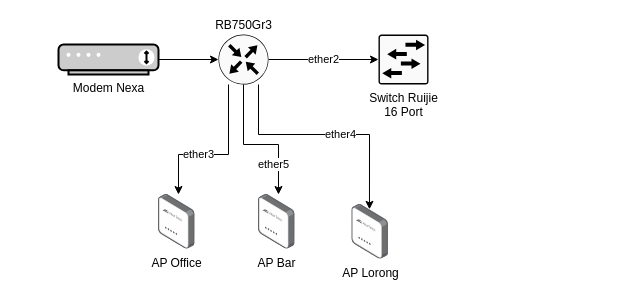
The draw.io diagram Topologi Vamoz OS.drawio in hnkzf/topologi-site, before the edit. Source tidied: cells renumbered, new cells numbered last; positions are measured from the earlier drawing's top-left corner, leaving out a move shared by most shapes. Both pictures are drawn from the tidied source at 100%, with x=0, y=0 at pixel (58, 34).
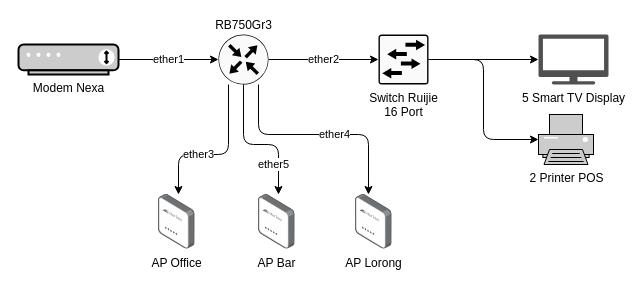
The same diagram, later.

What changed in the source:
```diff
@@
-    <mxCell id="2" style="edgeStyle=orthogonalEdgeStyle;rounded=0;jettySize=auto;html=1;" parent="1" edge="1" source="3" target="5">
+    <mxCell id="2" value="ether1" style="edgeStyle=orthogonalEdgeStyle;rounded=1;jettySize=auto;html=1;" parent="1" edge="1" source="3" target="5">
       <mxGeometry relative="1" as="geometry" />
     </mxCell>
-    <mxCell id="3" value="Modem Nexa" style="fontColor=light-dark(#000000,#000000);verticalAlign=top;verticalLabelPosition=bottom;labelPosition=center;align=center;html=1;outlineConnect=0;fillColor=#CCCCCC;strokeColor=light-dark(#000000,#000000);gradientColor=none;gradientDirection=north;strokeWidth=2;shape=mxgraph.networks.modem;" parent="1" vertex="1">
-      <mxGeometry y="10" width="100" height="30" as="geometry" />
+    <mxCell id="3" value="Modem Nexa" style="fontColor=light-dark(#000000,#000000);verticalAlign=top;verticalLabelPosition=bottom;labelPosition=center;align=center;html=1;outlineConnect=0;fillColor=#CCCCCC;strokeColor=light-dark(#000000,#000000);gradientColor=none;gradientDirection=north;strokeWidth=2;shape=mxgraph.networks.modem;rounded=1;" parent="1" vertex="1">
+      <mxGeometry x="-40" y="10" width="100" height="30" as="geometry" />
     </mxCell>
-    <mxCell id="4" value="ether2" style="edgeStyle=orthogonalEdgeStyle;rounded=0;jettySize=auto;html=1;" parent="1" edge="1" source="5" target="6">
+    <mxCell id="4" value="ether2" style="edgeStyle=orthogonalEdgeStyle;rounded=1;jettySize=auto;html=1;" parent="1" edge="1" source="5" target="6">
       <mxGeometry relative="1" as="geometry" />
     </mxCell>
-    <mxCell id="5" value="RB750Gr3" style="sketch=0;points=[[0.5,0,0],[1,0.5,0],[0.5,1,0],[0,0.5,0],[0.145,0.145,0],[0.8555,0.145,0],[0.855,0.8555,0],[0.145,0.855,0]];verticalLabelPosition=top;html=1;verticalAlign=bottom;align=center;shape=mxgraph.cisco19.rect;prIcon=router;fillColor=#FAFAFA;strokeColor=light-dark(#000000,#000000);labelPosition=center;" parent="1" vertex="1">
+    <mxCell id="5" value="RB750Gr3" style="points=[[0.5,0,0],[1,0.5,0],[0.5,1,0],[0,0.5,0],[0.145,0.145,0],[0.8555,0.145,0],[0.855,0.8555,0],[0.145,0.855,0]];verticalLabelPosition=top;html=1;verticalAlign=bottom;align=center;shape=mxgraph.cisco19.rect;prIcon=router;fillColor=#FAFAFA;strokeColor=light-dark(#000000,#000000);labelPosition=center;rounded=1;" parent="1" vertex="1">
       <mxGeometry x="160" width="50" height="50" as="geometry" />
     </mxCell>
+    <mxCell id="15" style="edgeStyle=orthogonalEdgeStyle;rounded=1;jettySize=auto;html=1;" parent="1" edge="1" source="6" target="16">
+      <mxGeometry relative="1" as="geometry" />
+    </mxCell>
-    <mxCell id="6" value="Switch Ruijie&lt;div&gt;16 Port&lt;/div&gt;" style="sketch=0;points=[[0.015,0.015,0],[0.985,0.015,0],[0.985,0.985,0],[0.015,0.985,0],[0.25,0,0],[0.5,0,0],[0.75,0,0],[1,0.25,0],[1,0.5,0],[1,0.75,0],[0.75,1,0],[0.5,1,0],[0.25,1,0],[0,0.75,0],[0,0.5,0],[0,0.25,0]];verticalLabelPosition=bottom;html=1;verticalAlign=top;align=center;shape=mxgraph.cisco19.rect;prIcon=l2_switch;fillColor=#FAFAFA;strokeColor=light-dark(#000000,#000000);fontColor=light-dark(#000000,#000000);" parent="1" vertex="1">
+    <mxCell id="6" value="Switch Ruijie&lt;div&gt;16 Port&lt;/div&gt;" style="points=[[0.015,0.015,0],[0.985,0.015,0],[0.985,0.985,0],[0.015,0.985,0],[0.25,0,0],[0.5,0,0],[0.75,0,0],[1,0.25,0],[1,0.5,0],[1,0.75,0],[0.75,1,0],[0.5,1,0],[0.25,1,0],[0,0.75,0],[0,0.5,0],[0,0.25,0]];verticalLabelPosition=bottom;html=1;verticalAlign=top;align=center;shape=mxgraph.cisco19.rect;prIcon=l2_switch;fillColor=#FAFAFA;strokeColor=light-dark(#000000,#000000);fontColor=light-dark(#000000,#000000);rounded=1;" parent="1" vertex="1">
       <mxGeometry x="320" width="50" height="50" as="geometry" />
     </mxCell>
-    <mxCell id="7" value="AP Office" style="image;points=[];html=1;align=center;shadow=0;dashed=0;image=img/lib/allied_telesis/wireless/Access_Point_Indoor.svg;" parent="1" vertex="1">
+    <mxCell id="7" value="AP Office" style="image;points=[];html=1;align=center;shadow=0;dashed=0;image=img/lib/allied_telesis/wireless/Access_Point_Indoor.svg;rounded=1;" parent="1" vertex="1">
       <mxGeometry x="100" y="160" width="36.6" height="54.6" as="geometry" />
     </mxCell>
-    <mxCell id="8" value="AP Bar" style="image;points=[];html=1;align=center;shadow=0;dashed=0;image=img/lib/allied_telesis/wireless/Access_Point_Indoor.svg;" parent="1" vertex="1">
+    <mxCell id="8" value="AP Bar" style="image;points=[];html=1;align=center;shadow=0;dashed=0;image=img/lib/allied_telesis/wireless/Access_Point_Indoor.svg;rounded=1;" parent="1" vertex="1">
       <mxGeometry x="200" y="160" width="36.6" height="54.6" as="geometry" />
     </mxCell>
-    <mxCell id="9" value="AP Lorong" style="image;points=[];html=1;align=center;shadow=0;dashed=0;image=img/lib/allied_telesis/wireless/Access_Point_Indoor.svg;" parent="1" vertex="1">
-      <mxGeometry x="293.4" y="170" width="36.6" height="54.6" as="geometry" />
+    <mxCell id="9" value="AP Lorong" style="image;points=[];html=1;align=center;shadow=0;dashed=0;image=img/lib/allied_telesis/wireless/Access_Point_Indoor.svg;rounded=1;" parent="1" vertex="1">
+      <mxGeometry x="297" y="160" width="36.6" height="54.6" as="geometry" />
     </mxCell>
-    <mxCell id="10" value="ether3" style="edgeStyle=orthogonalEdgeStyle;rounded=0;jettySize=auto;html=1;entryX=0.546;entryY=0;entryDx=0;entryDy=0;entryPerimeter=0;" parent="1" edge="1" source="5" target="7">
+    <mxCell id="10" value="ether3" style="edgeStyle=orthogonalEdgeStyle;rounded=1;jettySize=auto;html=1;entryX=0.546;entryY=0;entryDx=0;entryDy=0;entryPerimeter=0;" parent="1" edge="1" source="5" target="7">
       <mxGeometry x="0.25" relative="1" as="geometry">
         <Array as="points">
           <mxPoint x="170" y="120" />
           <mxPoint x="120" y="120" />
         </Array>
       </mxGeometry>
     </mxCell>
-    <mxCell id="11" style="edgeStyle=orthogonalEdgeStyle;rounded=0;jettySize=auto;html=1;entryX=0.546;entryY=0;entryDx=0;entryDy=0;entryPerimeter=0;" parent="1" edge="1" source="5" target="8">
+    <mxCell id="11" style="edgeStyle=orthogonalEdgeStyle;rounded=1;jettySize=auto;html=1;entryX=0.546;entryY=0;entryDx=0;entryDy=0;entryPerimeter=0;" parent="1" edge="1" source="5" target="8">
       <mxGeometry relative="1" as="geometry">
         <Array as="points">
           <mxPoint x="185" y="110" />
           <mxPoint x="220" y="110" />
         </Array>
       </mxGeometry>
     </mxCell>
-    <mxCell id="12" value="ether5" style="edgeLabel;html=1;align=center;verticalAlign=middle;" parent="11" vertex="1">
+    <mxCell id="12" value="ether5" style="edgeLabel;html=1;align=center;verticalAlign=middle;rounded=1;" parent="11" vertex="1">
       <mxGeometry x="0.58" y="-5" relative="1" as="geometry" />
     </mxCell>
-    <mxCell id="13" style="edgeStyle=orthogonalEdgeStyle;rounded=0;jettySize=auto;html=1;entryX=0.48;entryY=0.088;entryDx=0;entryDy=0;entryPerimeter=0;" parent="1" edge="1" source="5" target="9">
+    <mxCell id="13" style="edgeStyle=orthogonalEdgeStyle;rounded=1;jettySize=auto;html=1;entryX=0.355;entryY=0;entryDx=0;entryDy=0;entryPerimeter=0;" parent="1" edge="1" target="9">
       <mxGeometry relative="1" as="geometry">
+        <mxPoint x="200" y="50" as="sourcePoint" />
         <Array as="points">
           <mxPoint x="200" y="100" />
-          <mxPoint x="311" y="100" />
+          <mxPoint x="310" y="100" />
         </Array>
       </mxGeometry>
     </mxCell>
-    <mxCell id="14" value="ether4" style="edgeLabel;html=1;align=center;verticalAlign=middle;" parent="13" vertex="1">
+    <mxCell id="14" value="ether4" style="edgeLabel;html=1;align=center;verticalAlign=middle;rounded=1;" parent="13" vertex="1">
       <mxGeometry x="-0.21" y="1" relative="1" as="geometry">
         <mxPoint x="38" as="offset" />
       </mxGeometry>
     </mxCell>
+    <mxCell id="16" value="5 Smart TV Display" style="sketch=0;shadow=0;dashed=0;html=1;strokeColor=none;fillColor=#505050;labelPosition=center;verticalLabelPosition=bottom;verticalAlign=top;outlineConnect=0;align=center;shape=mxgraph.office.devices.tv;rounded=1;" parent="1" vertex="1">
+      <mxGeometry x="480" width="70" height="50" as="geometry" />
+    </mxCell>
+    <mxCell id="17" value="2 Printer POS" style="fontColor=light-dark(#000000,#000000);verticalAlign=top;verticalLabelPosition=bottom;labelPosition=center;align=center;html=1;outlineConnect=0;fillColor=#CCCCCC;strokeColor=light-dark(#000000,#000000);gradientColor=none;gradientDirection=north;strokeWidth=2;shape=mxgraph.networks.printer;rounded=1;" parent="1" vertex="1">
+      <mxGeometry x="480" y="80" width="55" height="50" as="geometry" />
+    </mxCell>
+    <mxCell id="18" style="edgeStyle=orthogonalEdgeStyle;rounded=1;jettySize=auto;html=1;entryX=0;entryY=0.5;entryDx=0;entryDy=0;entryPerimeter=0;" parent="1" edge="1" source="6" target="17">
+      <mxGeometry relative="1" as="geometry" />
+    </mxCell>
```
